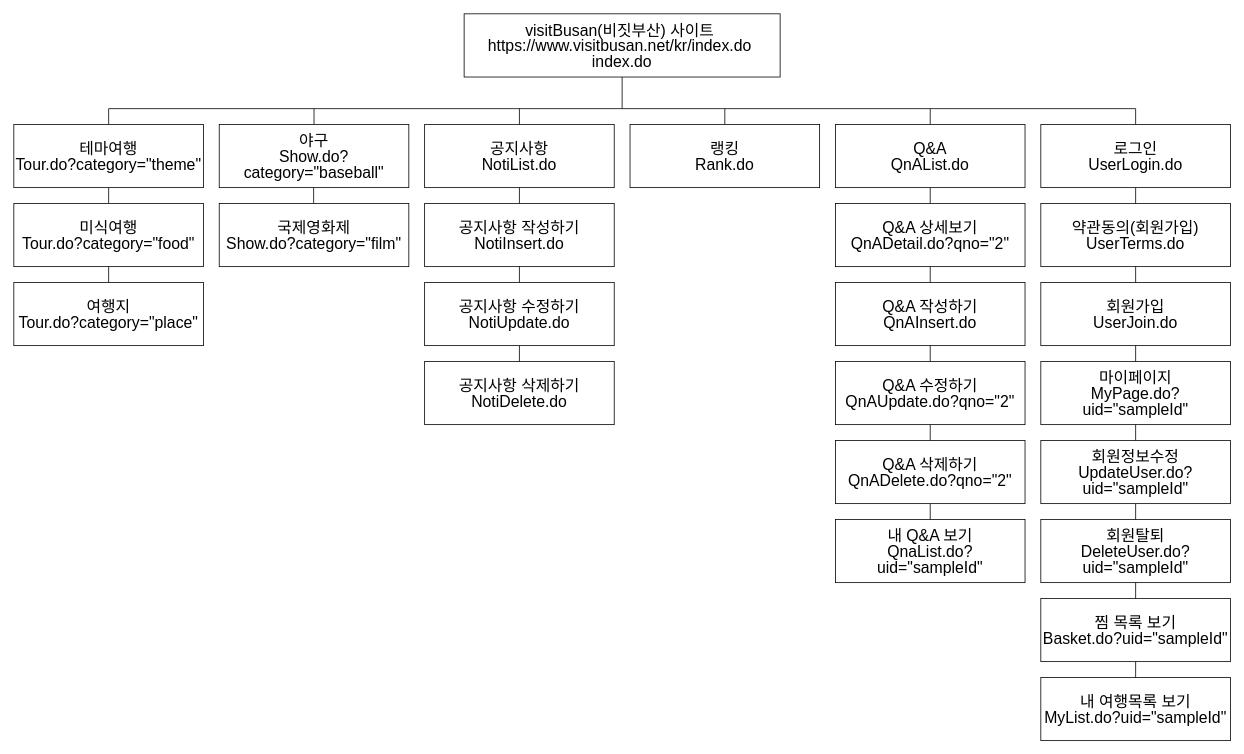
Above: files/info_architecture.drawio in 1eeSangHyuk/pro03 (draw.io), before the change. Source tidied: cells renumbered, new cells numbered last; positions are measured from the earlier drawing's top-left corner, leaving out a move shared by most shapes. Both pictures are drawn from the tidied source at 79%, with x=0, y=0 at pixel (13, 13).
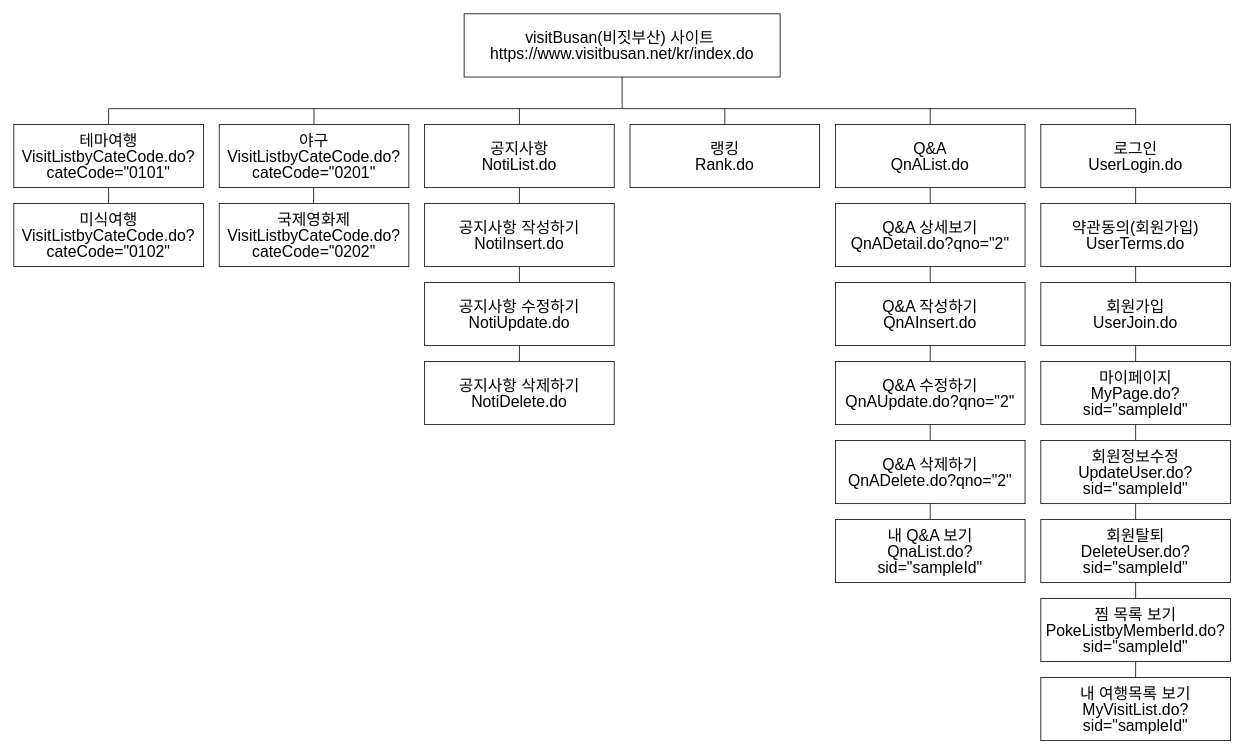
The same diagram, later.

Change to the diagram source:
```diff
@@
-    <mxCell id="2" value="&lt;p style=&quot;margin: 0px; line-height: 100%; font-size: 20px;&quot; align=&quot;center&quot;&gt;visitBusan(비짓부산) 사이트&amp;nbsp;&lt;/p&gt;&lt;p style=&quot;margin: 0px; line-height: 100%; font-size: 20px;&quot; align=&quot;center&quot;&gt;https://www.visitbusan.net/kr/index.do&amp;nbsp;&lt;/p&gt;&lt;p style=&quot;margin: 0px; line-height: 100%; font-size: 20px;&quot; align=&quot;center&quot;&gt;index.do&lt;br style=&quot;font-size: 20px;&quot;&gt;&lt;/p&gt;" style="rounded=0;whiteSpace=wrap;html=1;fontSize=20;" parent="1" vertex="1">
+    <mxCell id="2" value="&lt;p style=&quot;margin: 0px; line-height: 100%; font-size: 20px;&quot; align=&quot;center&quot;&gt;visitBusan(비짓부산) 사이트&amp;nbsp;&lt;/p&gt;&lt;p style=&quot;margin: 0px; line-height: 100%; font-size: 20px;&quot; align=&quot;center&quot;&gt;https://www.visitbusan.net/kr/index.do&lt;/p&gt;" style="rounded=0;whiteSpace=wrap;html=1;fontSize=20;" parent="1" vertex="1">
       <mxGeometry x="570" width="400" height="80" as="geometry" />
     </mxCell>
@@
-    <mxCell id="7" value="&lt;p style=&quot;margin: 0px; line-height: 100%; font-size: 20px;&quot; align=&quot;center&quot;&gt;테마여행&lt;/p&gt;&lt;p style=&quot;margin: 0px; line-height: 100%;&quot; align=&quot;center&quot;&gt;Tour.do?category=&quot;theme&quot;&lt;br&gt;&lt;/p&gt;" style="rounded=0;whiteSpace=wrap;html=1;fontSize=20;" parent="1" vertex="1">
+    <mxCell id="7" value="&lt;p style=&quot;margin: 0px; line-height: 100%; font-size: 20px;&quot; align=&quot;center&quot;&gt;테마여행&lt;/p&gt;&lt;p style=&quot;margin: 0px; line-height: 100%;&quot; align=&quot;center&quot;&gt;VisitListbyCateCode.do?cateCode=&quot;0101&quot;&lt;br&gt;&lt;/p&gt;" style="rounded=0;whiteSpace=wrap;html=1;fontSize=20;" parent="1" vertex="1">
       <mxGeometry y="140" width="240" height="80" as="geometry" />
     </mxCell>
-    <mxCell id="8" value="&lt;p style=&quot;margin: 0px; line-height: 100%; font-size: 20px;&quot; align=&quot;center&quot;&gt;미식여행&lt;/p&gt;&lt;p style=&quot;margin: 0px; line-height: 100%;&quot; align=&quot;center&quot;&gt;Tour.do?category=&quot;food&quot;&lt;br&gt;&lt;/p&gt;" style="rounded=0;whiteSpace=wrap;html=1;fontSize=20;" parent="1" vertex="1">
+    <mxCell id="8" value="&lt;p style=&quot;margin: 0px; line-height: 100%; font-size: 20px;&quot; align=&quot;center&quot;&gt;미식여행&lt;/p&gt;&lt;p style=&quot;margin: 0px; line-height: 20px;&quot; align=&quot;center&quot;&gt;VisitListbyCateCode.do?cateCode=&quot;0102&quot;&lt;/p&gt;" style="rounded=0;whiteSpace=wrap;html=1;fontSize=20;" parent="1" vertex="1">
       <mxGeometry y="240" width="240" height="80" as="geometry" />
     </mxCell>
-    <mxCell id="9" value="&lt;p style=&quot;margin: 0px; line-height: 100%; font-size: 20px;&quot; align=&quot;center&quot;&gt;여행지&lt;/p&gt;&lt;p style=&quot;margin: 0px; line-height: 100%;&quot; align=&quot;center&quot;&gt;Tour.do?category=&quot;place&quot;&lt;br&gt;&lt;/p&gt;" style="rounded=0;whiteSpace=wrap;html=1;fontSize=20;" parent="1" vertex="1">
-      <mxGeometry y="340" width="240" height="80" as="geometry" />
-    </mxCell>
-    <mxCell id="10" style="endArrow=none;html=1;rounded=0;entryX=0.5;entryY=1;entryDx=0;entryDy=0;exitX=0.5;exitY=0;exitDx=0;exitDy=0;" parent="1" edge="1" source="9" target="8">
-      <mxGeometry relative="1" as="geometry" />
-    </mxCell>
-    <mxCell id="11" value="&lt;p style=&quot;margin: 0px; line-height: 100%;&quot; align=&quot;center&quot;&gt;야구&lt;/p&gt;&lt;p style=&quot;margin: 0px; line-height: 100%;&quot; align=&quot;center&quot;&gt;Show.do?category=&quot;baseball&quot;&lt;br&gt;&lt;/p&gt;" style="rounded=0;whiteSpace=wrap;html=1;fontSize=20;" parent="1" vertex="1">
+    <mxCell id="11" value="&lt;p style=&quot;margin: 0px; line-height: 100%;&quot; align=&quot;center&quot;&gt;야구&lt;/p&gt;&lt;p style=&quot;margin: 0px; line-height: 100%;&quot; align=&quot;center&quot;&gt;VisitListbyCateCode.do?cateCode=&quot;0201&quot;&lt;br&gt;&lt;/p&gt;" style="rounded=0;whiteSpace=wrap;html=1;fontSize=20;" parent="1" vertex="1">
       <mxGeometry x="260" y="140" width="240" height="80" as="geometry" />
     </mxCell>
@@
-    <mxCell id="14" value="&lt;p style=&quot;margin: 0px; line-height: 100%;&quot; align=&quot;center&quot;&gt;국제영화제&lt;/p&gt;&lt;p style=&quot;margin: 0px; line-height: 100%;&quot; align=&quot;center&quot;&gt;Show.do?category=&quot;film&quot;&lt;br&gt;&lt;/p&gt;" style="rounded=0;whiteSpace=wrap;html=1;fontSize=20;" parent="1" vertex="1">
+    <mxCell id="14" value="&lt;p style=&quot;margin: 0px; line-height: 100%;&quot; align=&quot;center&quot;&gt;국제영화제&lt;/p&gt;&lt;p style=&quot;margin: 0px; line-height: 100%;&quot; align=&quot;center&quot;&gt;VisitListbyCateCode.do?cateCode=&quot;0202&quot;&lt;br&gt;&lt;/p&gt;" style="rounded=0;whiteSpace=wrap;html=1;fontSize=20;" parent="1" vertex="1">
       <mxGeometry x="260" y="240" width="240" height="80" as="geometry" />
     </mxCell>
@@
-    <mxCell id="41" value="&lt;p style=&quot;margin: 0px; line-height: 100%;&quot; align=&quot;center&quot;&gt;마이페이지&lt;/p&gt;&lt;p style=&quot;margin: 0px; line-height: 100%;&quot; align=&quot;center&quot;&gt;MyPage.do?uid=&quot;sampleId&quot;&lt;br&gt;&lt;/p&gt;" style="rounded=0;whiteSpace=wrap;html=1;fontSize=20;" parent="1" vertex="1">
+    <mxCell id="41" value="&lt;p style=&quot;margin: 0px; line-height: 100%;&quot; align=&quot;center&quot;&gt;마이페이지&lt;/p&gt;&lt;p style=&quot;margin: 0px; line-height: 100%;&quot; align=&quot;center&quot;&gt;MyPage.do?sid=&quot;sampleId&quot;&lt;br&gt;&lt;/p&gt;" style="rounded=0;whiteSpace=wrap;html=1;fontSize=20;" parent="1" vertex="1">
       <mxGeometry x="1300" y="440" width="240" height="80" as="geometry" />
     </mxCell>
@@
-    <mxCell id="43" value="&lt;p style=&quot;margin: 0px; line-height: 100%;&quot; align=&quot;center&quot;&gt;회원정보수정UpdateUser.do?uid=&quot;sampleId&quot;&lt;br&gt;&lt;/p&gt;" style="rounded=0;whiteSpace=wrap;html=1;fontSize=20;" parent="1" vertex="1">
+    <mxCell id="43" value="&lt;p style=&quot;margin: 0px; line-height: 100%;&quot; align=&quot;center&quot;&gt;회원정보수정UpdateUser.do?sid=&quot;sampleId&quot;&lt;br&gt;&lt;/p&gt;" style="rounded=0;whiteSpace=wrap;html=1;fontSize=20;" parent="1" vertex="1">
       <mxGeometry x="1300" y="540" width="240" height="80" as="geometry" />
     </mxCell>
@@
-    <mxCell id="45" value="&lt;p style=&quot;margin: 0px; line-height: 100%;&quot; align=&quot;center&quot;&gt;회원탈퇴&lt;/p&gt;&lt;p style=&quot;margin: 0px; line-height: 100%;&quot; align=&quot;center&quot;&gt;DeleteUser.do?uid=&quot;sampleId&quot;&lt;br&gt;&lt;/p&gt;" style="rounded=0;whiteSpace=wrap;html=1;fontSize=20;" parent="1" vertex="1">
+    <mxCell id="45" value="&lt;p style=&quot;margin: 0px; line-height: 100%;&quot; align=&quot;center&quot;&gt;회원탈퇴&lt;/p&gt;&lt;p style=&quot;margin: 0px; line-height: 100%;&quot; align=&quot;center&quot;&gt;DeleteUser.do?sid=&quot;sampleId&quot;&lt;br&gt;&lt;/p&gt;" style="rounded=0;whiteSpace=wrap;html=1;fontSize=20;" parent="1" vertex="1">
       <mxGeometry x="1300" y="640" width="240" height="80" as="geometry" />
     </mxCell>
@@
-    <mxCell id="47" value="&lt;p style=&quot;margin: 0px; line-height: 100%;&quot; align=&quot;center&quot;&gt;내 Q&amp;amp;A 보기&lt;/p&gt;&lt;p style=&quot;margin: 0px; line-height: 100%;&quot; align=&quot;center&quot;&gt;QnaList.do?uid=&quot;sampleId&quot;&lt;br&gt;&lt;/p&gt;" style="rounded=0;whiteSpace=wrap;html=1;fontSize=20;" parent="1" vertex="1">
+    <mxCell id="47" value="&lt;p style=&quot;margin: 0px; line-height: 100%;&quot; align=&quot;center&quot;&gt;내 Q&amp;amp;A 보기&lt;/p&gt;&lt;p style=&quot;margin: 0px; line-height: 100%;&quot; align=&quot;center&quot;&gt;QnaList.do?sid=&quot;sampleId&quot;&lt;br&gt;&lt;/p&gt;" style="rounded=0;whiteSpace=wrap;html=1;fontSize=20;" parent="1" vertex="1">
       <mxGeometry x="1040" y="640" width="240" height="80" as="geometry" />
     </mxCell>
@@
-    <mxCell id="49" value="&lt;p style=&quot;margin: 0px; line-height: 100%;&quot; align=&quot;center&quot;&gt;찜 목록 보기&lt;/p&gt;&lt;p style=&quot;margin: 0px; line-height: 100%;&quot; align=&quot;center&quot;&gt;Basket.do?uid=&quot;sampleId&quot;&lt;/p&gt;" style="rounded=0;whiteSpace=wrap;html=1;fontSize=20;" parent="1" vertex="1">
+    <mxCell id="49" value="&lt;p style=&quot;margin: 0px; line-height: 100%;&quot; align=&quot;center&quot;&gt;찜 목록 보기&lt;/p&gt;&lt;p style=&quot;margin: 0px; line-height: 100%;&quot; align=&quot;center&quot;&gt;PokeListbyMemberId.do?sid=&quot;sampleId&quot;&lt;/p&gt;" style="rounded=0;whiteSpace=wrap;html=1;fontSize=20;" parent="1" vertex="1">
       <mxGeometry x="1300" y="740" width="240" height="80" as="geometry" />
     </mxCell>
@@
-    <mxCell id="51" value="&lt;p style=&quot;margin: 0px; line-height: 100%;&quot; align=&quot;center&quot;&gt;내 여행목록 보기&lt;br&gt;&lt;/p&gt;&lt;p style=&quot;margin: 0px; line-height: 100%;&quot; align=&quot;center&quot;&gt;MyList.do?uid=&quot;sampleId&quot;&lt;/p&gt;" style="rounded=0;whiteSpace=wrap;html=1;fontSize=20;" parent="1" vertex="1">
+    <mxCell id="51" value="&lt;p style=&quot;margin: 0px; line-height: 100%;&quot; align=&quot;center&quot;&gt;내 여행목록 보기&lt;br&gt;&lt;/p&gt;&lt;p style=&quot;margin: 0px; line-height: 100%;&quot; align=&quot;center&quot;&gt;MyVisitList.do?sid=&quot;sampleId&quot;&lt;/p&gt;" style="rounded=0;whiteSpace=wrap;html=1;fontSize=20;" parent="1" vertex="1">
       <mxGeometry x="1300" y="840" width="240" height="80" as="geometry" />
     </mxCell>
```
